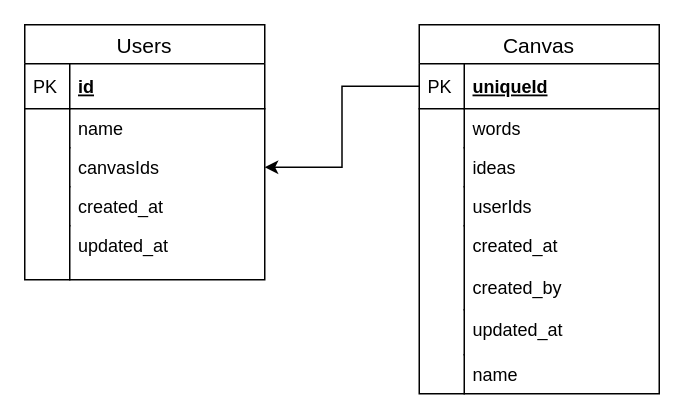
Before: src/firebase/DbRelation.drawio in kkhs0603/create-ideas, a draw.io diagram. Source tidied: cells renumbered, new cells numbered last; positions are measured from the earlier drawing's top-left corner, leaving out a move shared by most shapes. Both pictures are drawn from the tidied source at 150%, with x=0, y=0 at pixel (24, 24).
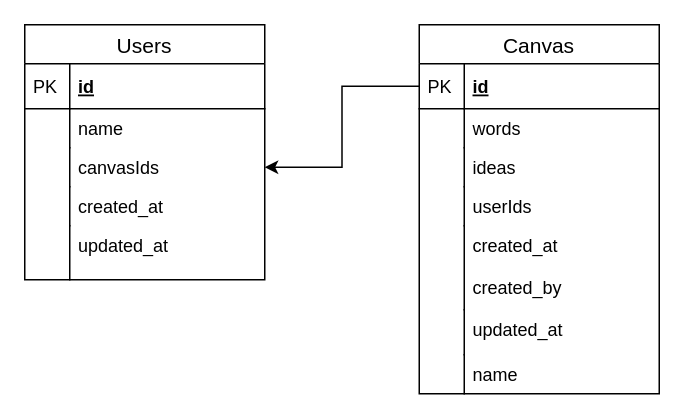
The same page after the edit.

Unchanged cells that the change refers to:
```xml
<mxCell id="2" value="Canvas" style="swimlane;fontStyle=0;horizontal=1;startSize=26;align=center;fontSize=14;" parent="1" vertex="1">
  <mxGeometry x="263" width="160" height="246" as="geometry" />
</mxCell>
```

What changed in the source:
```diff
@@
-    <mxCell id="3" value="uniqueId" style="shape=partialRectangle;top=0;left=0;right=0;bottom=1;align=left;verticalAlign=middle;fillColor=none;spacingLeft=34;spacingRight=4;overflow=hidden;points=[[0,0.5],[1,0.5]];portConstraint=eastwest;fontStyle=5;fontSize=12;" parent="2" vertex="1">
+    <mxCell id="3" value="id" style="shape=partialRectangle;top=0;left=0;right=0;bottom=1;align=left;verticalAlign=middle;fillColor=none;spacingLeft=34;spacingRight=4;overflow=hidden;points=[[0,0.5],[1,0.5]];portConstraint=eastwest;fontStyle=5;fontSize=12;" parent="2" vertex="1">
       <mxGeometry y="26" width="160" height="30" as="geometry" />
     </mxCell>
```
